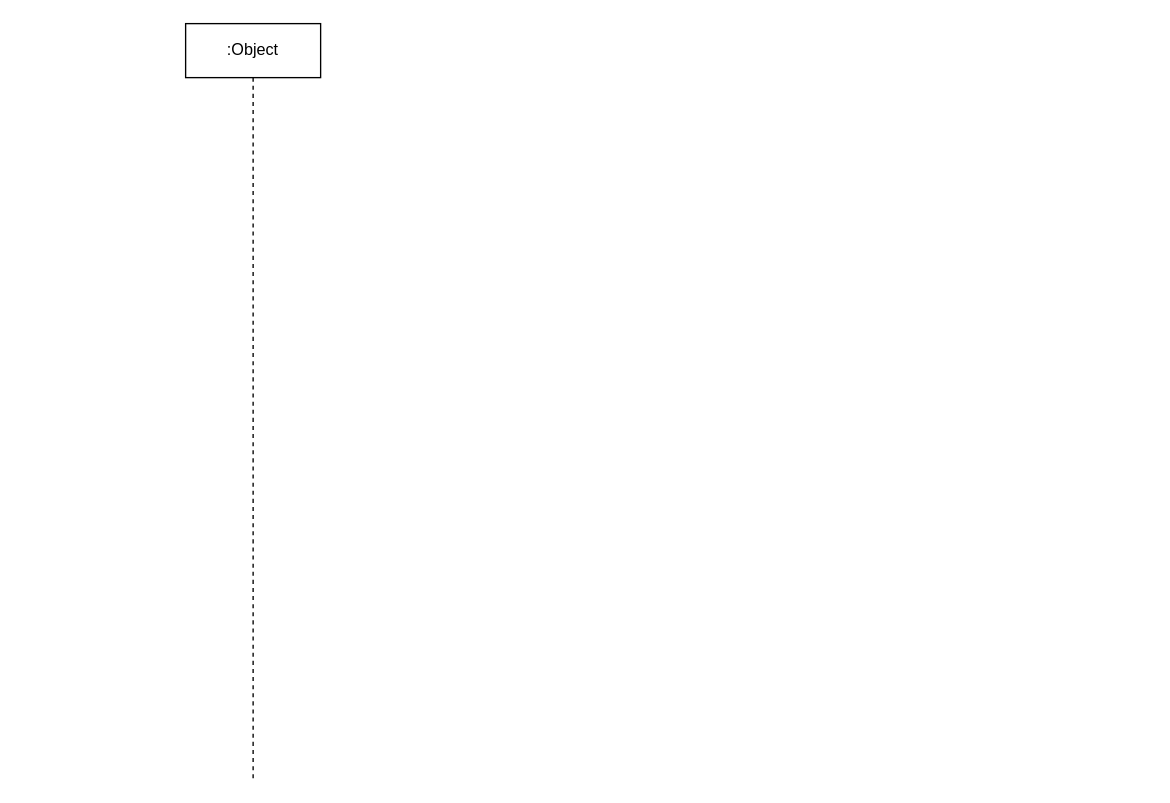
Above: page "重跑事件平台处理流程" (2 of 2) of biz_flow/大数据平台工作流一键重跑设计.drawio in hlld3344/diagrams (draw.io), before the change. Source tidied: cells renumbered, new cells numbered last; positions are measured from the earlier drawing's top-left corner, leaving out a move shared by most shapes. Both pictures are drawn from the tidied source at 135%, with x=0, y=0 at pixel (185, 23).
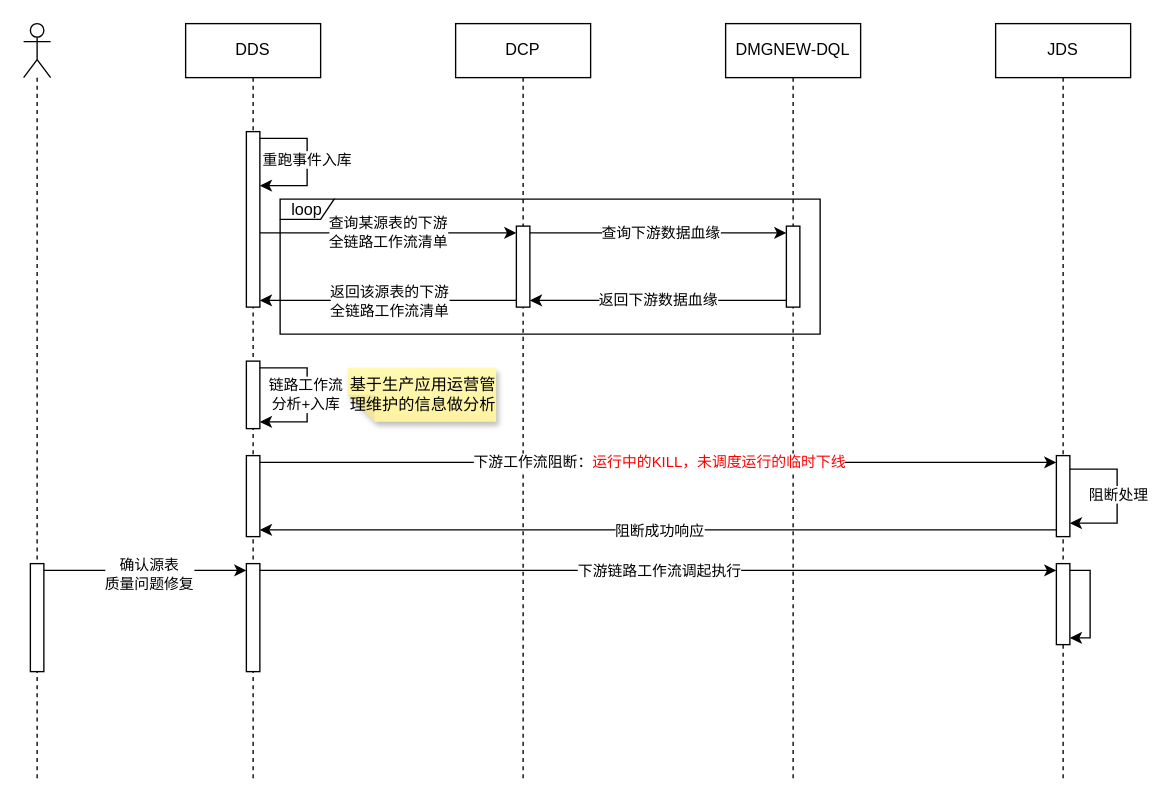
The same diagram, later.

What changed in the source:
```diff
@@
-    <mxCell id="2" value=":Object" style="shape=umlLifeline;perimeter=lifelinePerimeter;whiteSpace=wrap;html=1;newEdgeStyle={&quot;curved&quot;:0,&quot;rounded&quot;:0};" parent="1" vertex="1">
+    <mxCell id="2" value="DDS" style="shape=umlLifeline;perimeter=lifelinePerimeter;whiteSpace=wrap;html=1;newEdgeStyle={&quot;curved&quot;:0,&quot;rounded&quot;:0};" parent="1" vertex="1">
       <mxGeometry width="100" height="560" as="geometry" />
     </mxCell>
+    <mxCell id="3" style="html=1;points=[[0,0,0,0,5],[0,1,0,0,-5],[1,0,0,0,5],[1,1,0,0,-5]];perimeter=orthogonalPerimeter;outlineConnect=0;targetShapes=umlLifeline;portConstraint=eastwest;newEdgeStyle={&quot;curved&quot;:0,&quot;rounded&quot;:0};" parent="2" vertex="1">
+      <mxGeometry x="45" y="80" width="10" height="130" as="geometry" />
+    </mxCell>
+    <mxCell id="4" style="edgeStyle=orthogonalEdgeStyle;rounded=0;orthogonalLoop=1;jettySize=auto;html=1;curved=0;exitX=1;exitY=0;exitDx=0;exitDy=5;exitPerimeter=0;" parent="2" edge="1" source="3" target="3">
+      <mxGeometry relative="1" as="geometry">
+        <Array as="points">
+          <mxPoint x="90" y="85" />
+          <mxPoint x="90" y="120" />
+        </Array>
+      </mxGeometry>
+    </mxCell>
+    <mxCell id="5" value="重跑事件入库" style="edgeLabel;html=1;align=center;verticalAlign=middle;" parent="4" vertex="1">
+      <mxGeometry x="-0.04" y="-1" relative="1" as="geometry" />
+    </mxCell>
+    <mxCell id="6" style="html=1;points=[[0,0,0,0,5],[0,1,0,0,-5],[1,0,0,0,5],[1,1,0,0,-5]];perimeter=orthogonalPerimeter;outlineConnect=0;targetShapes=umlLifeline;portConstraint=eastwest;newEdgeStyle={&quot;curved&quot;:0,&quot;rounded&quot;:0};" parent="2" vertex="1">
+      <mxGeometry x="45" y="250" width="10" height="50" as="geometry" />
+    </mxCell>
+    <mxCell id="7" style="edgeStyle=orthogonalEdgeStyle;rounded=0;orthogonalLoop=1;jettySize=auto;html=1;curved=0;exitX=1;exitY=0;exitDx=0;exitDy=5;exitPerimeter=0;entryX=1;entryY=1;entryDx=0;entryDy=-5;entryPerimeter=0;" parent="2" edge="1" source="6" target="6">
+      <mxGeometry relative="1" as="geometry">
+        <Array as="points">
+          <mxPoint x="90" y="255" />
+          <mxPoint x="90" y="295" />
+        </Array>
+      </mxGeometry>
+    </mxCell>
+    <mxCell id="8" value="链路工作流&lt;div&gt;分析+入库&lt;/div&gt;" style="edgeLabel;html=1;align=center;verticalAlign=middle;" parent="7" vertex="1">
+      <mxGeometry x="-0.01" y="-2" relative="1" as="geometry" />
+    </mxCell>
+    <mxCell id="9" style="html=1;points=[[0,0,0,0,5],[0,1,0,0,-5],[1,0,0,0,5],[1,1,0,0,-5]];perimeter=orthogonalPerimeter;outlineConnect=0;targetShapes=umlLifeline;portConstraint=eastwest;newEdgeStyle={&quot;curved&quot;:0,&quot;rounded&quot;:0};" parent="2" vertex="1">
+      <mxGeometry x="45" y="320" width="10" height="60" as="geometry" />
+    </mxCell>
+    <mxCell id="10" style="html=1;points=[[0,0,0,0,5],[0,1,0,0,-5],[1,0,0,0,5],[1,1,0,0,-5]];perimeter=orthogonalPerimeter;outlineConnect=0;targetShapes=umlLifeline;portConstraint=eastwest;newEdgeStyle={&quot;curved&quot;:0,&quot;rounded&quot;:0};" parent="2" vertex="1">
+      <mxGeometry x="45" y="400" width="10" height="80" as="geometry" />
+    </mxCell>
+    <mxCell id="11" value="DCP" style="shape=umlLifeline;perimeter=lifelinePerimeter;whiteSpace=wrap;html=1;newEdgeStyle={&quot;curved&quot;:0,&quot;rounded&quot;:0};" parent="1" vertex="1">
+      <mxGeometry x="200" width="100" height="560" as="geometry" />
+    </mxCell>
+    <mxCell id="12" style="html=1;points=[[0,0,0,0,5],[0,1,0,0,-5],[1,0,0,0,5],[1,1,0,0,-5]];perimeter=orthogonalPerimeter;outlineConnect=0;targetShapes=umlLifeline;portConstraint=eastwest;newEdgeStyle={&quot;curved&quot;:0,&quot;rounded&quot;:0};" parent="11" vertex="1">
+      <mxGeometry x="45" y="150" width="10" height="60" as="geometry" />
+    </mxCell>
+    <mxCell id="13" style="edgeStyle=orthogonalEdgeStyle;rounded=0;jettySize=auto;html=1;curved=0;entryX=0;entryY=0;entryDx=0;entryDy=5;entryPerimeter=0;" parent="1" edge="1" source="3" target="12">
+      <mxGeometry relative="1" as="geometry">
+        <Array as="points">
+          <mxPoint x="100" y="155" />
+          <mxPoint x="100" y="155" />
+        </Array>
+      </mxGeometry>
+    </mxCell>
+    <mxCell id="14" value="查询某源表的下游&lt;div&gt;全链路工作流清单&lt;/div&gt;" style="edgeLabel;html=1;align=center;verticalAlign=middle;" parent="13" vertex="1">
+      <mxGeometry x="-0.01" y="1" relative="1" as="geometry" />
+    </mxCell>
+    <mxCell id="15" value="loop" style="shape=umlFrame;whiteSpace=wrap;html=1;width=40;height=15;" parent="1" vertex="1">
+      <mxGeometry x="70" y="130" width="400" height="100" as="geometry" />
+    </mxCell>
+    <mxCell id="16" value="DMGNEW-DQL" style="shape=umlLifeline;perimeter=lifelinePerimeter;whiteSpace=wrap;html=1;newEdgeStyle={&quot;curved&quot;:0,&quot;rounded&quot;:0};" parent="1" vertex="1">
+      <mxGeometry x="400" width="100" height="560" as="geometry" />
+    </mxCell>
+    <mxCell id="17" style="html=1;points=[[0,0,0,0,5],[0,1,0,0,-5],[1,0,0,0,5],[1,1,0,0,-5]];perimeter=orthogonalPerimeter;outlineConnect=0;targetShapes=umlLifeline;portConstraint=eastwest;newEdgeStyle={&quot;curved&quot;:0,&quot;rounded&quot;:0};" parent="16" vertex="1">
+      <mxGeometry x="45" y="150" width="10" height="60" as="geometry" />
+    </mxCell>
+    <mxCell id="18" style="edgeStyle=orthogonalEdgeStyle;rounded=0;jettySize=auto;html=1;curved=0;exitX=1;exitY=0;exitDx=0;exitDy=5;exitPerimeter=0;entryX=0;entryY=0;entryDx=0;entryDy=5;entryPerimeter=0;" parent="1" edge="1" source="12" target="17">
+      <mxGeometry relative="1" as="geometry" />
+    </mxCell>
+    <mxCell id="19" value="查询下游数据血缘" style="edgeLabel;html=1;align=center;verticalAlign=middle;" parent="18" vertex="1">
+      <mxGeometry x="0.01" y="1" relative="1" as="geometry" />
+    </mxCell>
+    <mxCell id="20" style="edgeStyle=orthogonalEdgeStyle;rounded=0;jettySize=auto;html=1;curved=0;exitX=0;exitY=1;exitDx=0;exitDy=-5;exitPerimeter=0;entryX=1;entryY=1;entryDx=0;entryDy=-5;entryPerimeter=0;" parent="1" edge="1" source="17" target="12">
+      <mxGeometry relative="1" as="geometry" />
+    </mxCell>
+    <mxCell id="21" value="返回下游数据血缘" style="edgeLabel;html=1;align=center;verticalAlign=middle;" parent="20" vertex="1">
+      <mxGeometry x="0.01" y="-1" relative="1" as="geometry" />
+    </mxCell>
+    <mxCell id="22" style="edgeStyle=orthogonalEdgeStyle;rounded=0;jettySize=auto;html=1;curved=0;exitX=0;exitY=1;exitDx=0;exitDy=-5;exitPerimeter=0;" parent="1" edge="1" source="12" target="3">
+      <mxGeometry relative="1" as="geometry">
+        <Array as="points">
+          <mxPoint x="100" y="205" />
+          <mxPoint x="100" y="205" />
+        </Array>
+      </mxGeometry>
+    </mxCell>
+    <mxCell id="23" value="返回该源表的下游&lt;div&gt;全链路工作流清单&lt;/div&gt;" style="edgeLabel;html=1;align=center;verticalAlign=middle;" parent="22" vertex="1">
+      <mxGeometry relative="1" as="geometry" />
+    </mxCell>
+    <mxCell id="24" value="JDS" style="shape=umlLifeline;perimeter=lifelinePerimeter;whiteSpace=wrap;html=1;newEdgeStyle={&quot;curved&quot;:0,&quot;rounded&quot;:0};" parent="1" vertex="1">
+      <mxGeometry x="600" width="100" height="560" as="geometry" />
+    </mxCell>
+    <mxCell id="25" style="html=1;points=[[0,0,0,0,5],[0,1,0,0,-5],[1,0,0,0,5],[1,1,0,0,-5]];perimeter=orthogonalPerimeter;outlineConnect=0;targetShapes=umlLifeline;portConstraint=eastwest;newEdgeStyle={&quot;curved&quot;:0,&quot;rounded&quot;:0};" parent="24" vertex="1">
+      <mxGeometry x="45" y="320" width="10" height="60" as="geometry" />
+    </mxCell>
+    <mxCell id="26" style="edgeStyle=orthogonalEdgeStyle;rounded=0;jettySize=auto;html=1;curved=0;" parent="24" edge="1" target="25">
+      <mxGeometry relative="1" as="geometry">
+        <mxPoint x="55" y="330" as="sourcePoint" />
+        <Array as="points">
+          <mxPoint x="55" y="330" />
+          <mxPoint x="90" y="330" />
+          <mxPoint x="90" y="370" />
+        </Array>
+      </mxGeometry>
+    </mxCell>
+    <mxCell id="27" value="阻断处理" style="edgeLabel;html=1;align=center;verticalAlign=middle;" parent="26" vertex="1">
+      <mxGeometry x="-0.03" relative="1" as="geometry" />
+    </mxCell>
+    <mxCell id="28" style="html=1;points=[[0,0,0,0,5],[0,1,0,0,-5],[1,0,0,0,5],[1,1,0,0,-5]];perimeter=orthogonalPerimeter;outlineConnect=0;targetShapes=umlLifeline;portConstraint=eastwest;newEdgeStyle={&quot;curved&quot;:0,&quot;rounded&quot;:0};" parent="24" vertex="1">
+      <mxGeometry x="45" y="400" width="10" height="60" as="geometry" />
+    </mxCell>
+    <mxCell id="29" style="edgeStyle=orthogonalEdgeStyle;rounded=0;orthogonalLoop=1;jettySize=auto;html=1;curved=0;exitX=1;exitY=0;exitDx=0;exitDy=5;exitPerimeter=0;entryX=1;entryY=1;entryDx=0;entryDy=-5;entryPerimeter=0;" parent="24" edge="1" source="28" target="28">
+      <mxGeometry relative="1" as="geometry">
+        <Array as="points">
+          <mxPoint x="70" y="405" />
+          <mxPoint x="70" y="455" />
+        </Array>
+      </mxGeometry>
+    </mxCell>
+    <mxCell id="30" style="edgeStyle=orthogonalEdgeStyle;rounded=0;jettySize=auto;html=1;curved=0;exitX=1;exitY=0;exitDx=0;exitDy=5;exitPerimeter=0;entryX=0;entryY=0;entryDx=0;entryDy=5;entryPerimeter=0;" parent="1" edge="1" source="9" target="25">
+      <mxGeometry relative="1" as="geometry" />
+    </mxCell>
+    <mxCell id="31" value="下游工作流阻断：&lt;font style=&quot;color: rgb(255, 0, 0);&quot;&gt;运行中的KILL，未调度运行的临时下线&lt;/font&gt;" style="edgeLabel;html=1;align=center;verticalAlign=middle;" parent="30" vertex="1">
+      <mxGeometry y="1" relative="1" as="geometry" />
+    </mxCell>
+    <mxCell id="32" style="edgeStyle=orthogonalEdgeStyle;rounded=0;jettySize=auto;html=1;curved=0;exitX=0;exitY=1;exitDx=0;exitDy=-5;exitPerimeter=0;" parent="1" edge="1" source="25" target="9">
+      <mxGeometry relative="1" as="geometry">
+        <Array as="points">
+          <mxPoint x="200" y="375" />
+          <mxPoint x="200" y="375" />
+        </Array>
+      </mxGeometry>
+    </mxCell>
+    <mxCell id="33" value="阻断成功响应" style="edgeLabel;html=1;align=center;verticalAlign=middle;" parent="32" vertex="1">
+      <mxGeometry relative="1" as="geometry" />
+    </mxCell>
+    <mxCell id="34" value="基于生产应用运营管理维护的信息做分析" style="shape=note;whiteSpace=wrap;html=1;backgroundOutline=1;fontColor=#000000;darkOpacity=0.05;fillColor=#FFF9B2;strokeColor=none;fillStyle=solid;direction=west;gradientDirection=north;gradientColor=#FFF2A1;shadow=1;size=20;align=left;" parent="1" vertex="1">
+      <mxGeometry x="120" y="255" width="110" height="40" as="geometry" />
+    </mxCell>
+    <mxCell id="35" style="shape=umlLifeline;perimeter=lifelinePerimeter;whiteSpace=wrap;html=1;newEdgeStyle={&quot;curved&quot;:0,&quot;rounded&quot;:0};participant=umlActor;" parent="1" vertex="1">
+      <mxGeometry x="-120" width="20" height="560" as="geometry" />
+    </mxCell>
+    <mxCell id="36" style="html=1;points=[[0,0,0,0,5],[0,1,0,0,-5],[1,0,0,0,5],[1,1,0,0,-5]];perimeter=orthogonalPerimeter;outlineConnect=0;targetShapes=umlLifeline;portConstraint=eastwest;newEdgeStyle={&quot;curved&quot;:0,&quot;rounded&quot;:0};" parent="35" vertex="1">
+      <mxGeometry x="5" y="400" width="10" height="80" as="geometry" />
+    </mxCell>
+    <mxCell id="37" style="edgeStyle=orthogonalEdgeStyle;rounded=0;jettySize=auto;html=1;curved=0;exitX=1;exitY=0;exitDx=0;exitDy=5;exitPerimeter=0;entryX=0;entryY=0;entryDx=0;entryDy=5;entryPerimeter=0;" parent="1" edge="1" source="36" target="10">
+      <mxGeometry relative="1" as="geometry" />
+    </mxCell>
+    <mxCell id="38" value="确认源表&lt;div&gt;质量问题修复&lt;/div&gt;" style="edgeLabel;html=1;align=center;verticalAlign=middle;" parent="37" vertex="1">
+      <mxGeometry x="0.02" y="-2" relative="1" as="geometry" />
+    </mxCell>
+    <mxCell id="39" style="edgeStyle=orthogonalEdgeStyle;rounded=0;jettySize=auto;html=1;curved=0;exitX=1;exitY=0;exitDx=0;exitDy=5;exitPerimeter=0;entryX=0;entryY=0;entryDx=0;entryDy=5;entryPerimeter=0;" parent="1" edge="1" source="10" target="28">
+      <mxGeometry relative="1" as="geometry" />
+    </mxCell>
+    <mxCell id="40" value="下游链路工作流调起执行" style="edgeLabel;html=1;align=center;verticalAlign=middle;" parent="39" vertex="1">
+      <mxGeometry relative="1" as="geometry" />
+    </mxCell>
```
